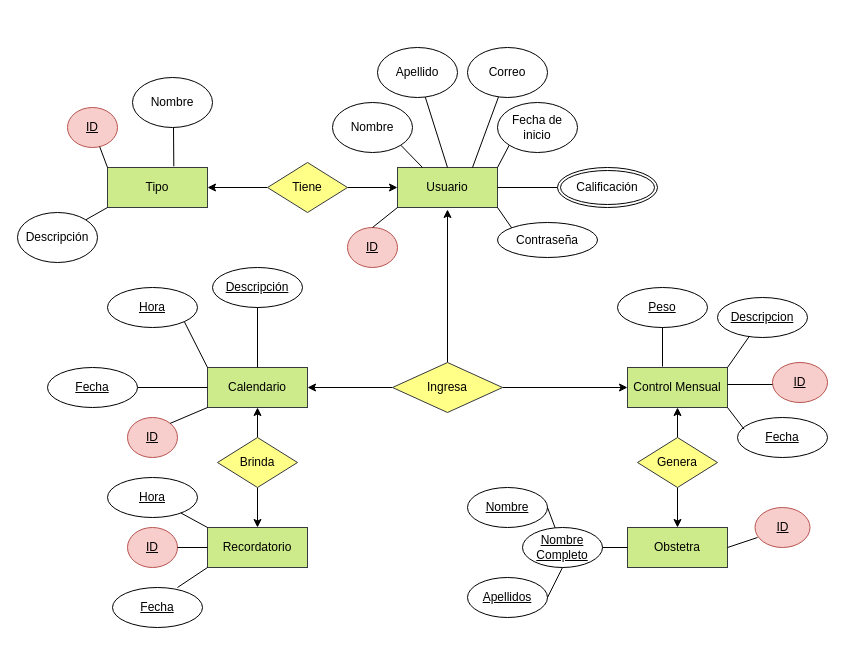
Earlier version of the draw.io diagram DigramaModi.drawio (Michael-Martinez15/equipo4_gaa_ppi2020). Source tidied: cells renumbered, new cells numbered last; positions are measured from the earlier drawing's top-left corner, leaving out a move shared by most shapes. Both pictures are drawn from the tidied source at 100%, with x=0, y=0 at pixel (17, 47).
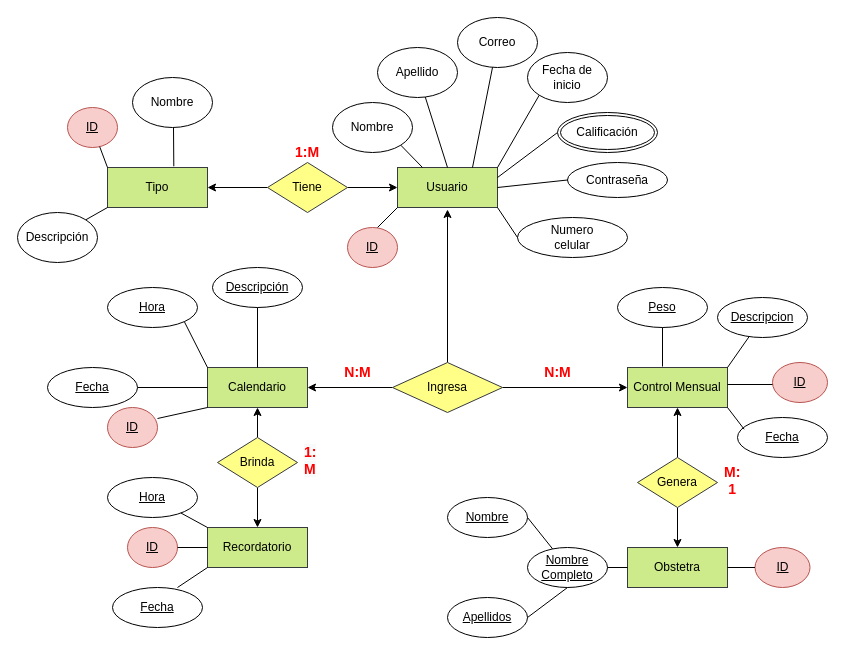
After the change.

The change refers to these unchanged cells:
```xml
<mxCell id="4" value="Usuario" style="whiteSpace=wrap;html=1;align=center;fillColor=#cdeb8b;strokeColor=#36393d;" parent="1" vertex="1">
  <mxGeometry x="380" y="120" width="100" height="40" as="geometry" />
</mxCell>
<mxCell id="5" value="Calendario" style="whiteSpace=wrap;html=1;align=center;fillColor=#cdeb8b;strokeColor=#36393d;" parent="1" vertex="1">
  <mxGeometry x="190" y="320" width="100" height="40" as="geometry" />
</mxCell>
<mxCell id="25" value="ID" style="ellipse;whiteSpace=wrap;html=1;align=center;fontStyle=4;fillColor=#f8cecc;strokeColor=#b85450;" parent="1" vertex="1">
  <mxGeometry x="330" y="180" width="50" height="40" as="geometry" />
</mxCell>
```

Diff of the diagram source:
```diff
@@
     <mxCell id="7" value="Obstetra" style="whiteSpace=wrap;html=1;align=center;fillColor=#cdeb8b;strokeColor=#36393d;" parent="1" vertex="1">
-      <mxGeometry x="610" y="480" width="100" height="40" as="geometry" />
+      <mxGeometry x="610" y="500" width="100" height="40" as="geometry" />
     </mxCell>
@@
     <mxCell id="13" value="Genera" style="shape=rhombus;perimeter=rhombusPerimeter;whiteSpace=wrap;html=1;align=center;fillColor=#ffff88;strokeColor=#36393d;" parent="1" vertex="1">
-      <mxGeometry x="620" y="390" width="80" height="50" as="geometry" />
+      <mxGeometry x="620" y="410" width="80" height="50" as="geometry" />
     </mxCell>
@@
     <mxCell id="22" value="ID" style="ellipse;whiteSpace=wrap;html=1;align=center;fontStyle=4;fillColor=#f8cecc;strokeColor=#b85450;" parent="1" vertex="1">
-      <mxGeometry x="110" y="370" width="50" height="40" as="geometry" />
+      <mxGeometry x="90" y="360" width="50" height="40" as="geometry" />
     </mxCell>
@@
     <mxCell id="24" value="ID" style="ellipse;whiteSpace=wrap;html=1;align=center;fontStyle=4;fillColor=#f8cecc;strokeColor=#b85450;" parent="1" vertex="1">
-      <mxGeometry x="737.5" y="460" width="55" height="40" as="geometry" />
+      <mxGeometry x="737.5" y="500" width="55" height="40" as="geometry" />
     </mxCell>
@@
     <mxCell id="26" value="Contraseña" style="ellipse;whiteSpace=wrap;html=1;align=center;" parent="1" vertex="1">
-      <mxGeometry x="480" y="175" width="100" height="35" as="geometry" />
+      <mxGeometry x="550" y="115" width="100" height="35" as="geometry" />
     </mxCell>
@@
     <mxCell id="30" value="Correo" style="ellipse;whiteSpace=wrap;html=1;align=center;" parent="1" vertex="1">
-      <mxGeometry x="450" width="80" height="50" as="geometry" />
+      <mxGeometry x="440" y="-30" width="80" height="50" as="geometry" />
     </mxCell>
     <mxCell id="31" value="Fecha de inicio" style="ellipse;whiteSpace=wrap;html=1;align=center;" parent="1" vertex="1">
-      <mxGeometry x="480" y="55" width="80" height="50" as="geometry" />
+      <mxGeometry x="510" y="5" width="80" height="50" as="geometry" />
     </mxCell>
@@
     <mxCell id="33" value="Nombre&lt;br&gt;Completo" style="ellipse;whiteSpace=wrap;html=1;align=center;fontStyle=4;" parent="1" vertex="1">
-      <mxGeometry x="505" y="480" width="80" height="40" as="geometry" />
+      <mxGeometry x="510" y="500" width="80" height="40" as="geometry" />
     </mxCell>
     <mxCell id="34" value="Apellidos" style="ellipse;whiteSpace=wrap;html=1;align=center;fontStyle=4;" parent="1" vertex="1">
-      <mxGeometry x="450" y="530" width="80" height="40" as="geometry" />
+      <mxGeometry x="430" y="550" width="80" height="40" as="geometry" />
     </mxCell>
     <mxCell id="35" value="Nombre" style="ellipse;whiteSpace=wrap;html=1;align=center;fontStyle=4;" parent="1" vertex="1">
-      <mxGeometry x="450" y="440" width="80" height="40" as="geometry" />
+      <mxGeometry x="430" y="450" width="80" height="40" as="geometry" />
     </mxCell>
@@
-    <mxCell id="51" style="endArrow=none;html=1;rounded=0;" parent="1" edge="1">
-      <mxGeometry relative="1" as="geometry">
-        <mxPoint x="740" y="490" as="sourcePoint" />
-        <mxPoint x="710" y="500" as="targetPoint" />
-      </mxGeometry>
+    <mxCell id="51" style="endArrow=none;html=1;rounded=0;exitX=0;exitY=0.5;exitDx=0;exitDy=0;entryX=1;entryY=0.5;entryDx=0;entryDy=0;" parent="1" edge="1" source="24" target="7">
+      <mxGeometry relative="1" as="geometry" />
     </mxCell>
@@
-    <mxCell id="58" style="endArrow=none;html=1;rounded=0;exitX=0;exitY=1;exitDx=0;exitDy=0;entryX=1;entryY=0;entryDx=0;entryDy=0;" parent="1" edge="1" source="5" target="22">
-      <mxGeometry relative="1" as="geometry" />
+    <mxCell id="58" style="endArrow=none;html=1;rounded=0;exitX=0;exitY=1;exitDx=0;exitDy=0;" parent="1" edge="1" source="5">
+      <mxGeometry relative="1" as="geometry">
+        <mxPoint x="140" y="371" as="targetPoint" />
+      </mxGeometry>
     </mxCell>
@@
-    <mxCell id="65" style="endArrow=none;html=1;rounded=0;exitX=0;exitY=0;exitDx=0;exitDy=0;" parent="1" edge="1" source="26">
-      <mxGeometry relative="1" as="geometry">
-        <mxPoint x="480" y="160" as="targetPoint" />
-      </mxGeometry>
+    <mxCell id="65" style="endArrow=none;html=1;rounded=0;exitX=0;exitY=0.5;exitDx=0;exitDy=0;entryX=1;entryY=0.5;entryDx=0;entryDy=0;" parent="1" edge="1" source="26" target="4">
+      <mxGeometry relative="1" as="geometry" />
     </mxCell>
-    <mxCell id="66" style="endArrow=none;html=1;rounded=0;entryX=0;entryY=1;entryDx=0;entryDy=0;exitX=0.5;exitY=0;exitDx=0;exitDy=0;" parent="1" edge="1" source="25" target="4">
-      <mxGeometry relative="1" as="geometry" />
+    <mxCell id="66" style="endArrow=none;html=1;rounded=0;entryX=0;entryY=1;entryDx=0;entryDy=0;" parent="1" edge="1" target="4">
+      <mxGeometry relative="1" as="geometry">
+        <mxPoint x="360" y="180" as="sourcePoint" />
+      </mxGeometry>
     </mxCell>
@@
-    <mxCell id="69" style="endArrow=none;html=1;rounded=0;" parent="1" edge="1">
-      <mxGeometry relative="1" as="geometry">
-        <mxPoint x="540" y="140" as="sourcePoint" />
-        <mxPoint x="480" y="140" as="targetPoint" />
-      </mxGeometry>
+    <mxCell id="69" style="endArrow=none;html=1;rounded=0;exitX=0;exitY=0.5;exitDx=0;exitDy=0;entryX=1;entryY=0.25;entryDx=0;entryDy=0;" parent="1" edge="1" source="70" target="4">
+      <mxGeometry relative="1" as="geometry" />
     </mxCell>
     <mxCell id="70" value="Calificación" style="ellipse;shape=doubleEllipse;margin=3;whiteSpace=wrap;html=1;align=center;" parent="1" vertex="1">
-      <mxGeometry x="540" y="120" width="100" height="40" as="geometry" />
+      <mxGeometry x="540" y="65" width="100" height="40" as="geometry" />
     </mxCell>
+    <mxCell id="71" value="Numero&lt;br&gt;celular" style="ellipse;whiteSpace=wrap;html=1;align=center;" parent="1" vertex="1">
+      <mxGeometry x="500" y="170" width="110" height="40" as="geometry" />
+    </mxCell>
+    <mxCell id="72" style="endArrow=none;html=1;rounded=0;exitX=0;exitY=0.5;exitDx=0;exitDy=0;entryX=1;entryY=1;entryDx=0;entryDy=0;" parent="1" edge="1" source="71" target="4">
+      <mxGeometry relative="1" as="geometry" />
+    </mxCell>
+    <mxCell id="73" value="&lt;font style=&quot;font-size: 14px&quot; color=&quot;#ff0000&quot;&gt;&lt;b&gt;1:M&lt;/b&gt;&lt;/font&gt;" style="text;html=1;strokeColor=none;fillColor=none;align=center;verticalAlign=middle;whiteSpace=wrap;rounded=0;" parent="1" vertex="1">
+      <mxGeometry x="270" y="95" width="40" height="20" as="geometry" />
+    </mxCell>
+    <mxCell id="74" value="&lt;font style=&quot;font-size: 14px&quot; color=&quot;#ff0000&quot;&gt;&lt;b&gt;N:M&lt;/b&gt;&lt;/font&gt;" style="text;html=1;align=center;verticalAlign=middle;" parent="1" vertex="1">
+      <mxGeometry x="320" y="315" width="40" height="20" as="geometry" />
+    </mxCell>
+    <mxCell id="75" value="&lt;span style=&quot;color: rgb(255 , 0 , 0) ; font-size: 14px&quot;&gt;&lt;b&gt;N:M&lt;/b&gt;&lt;/span&gt;" style="text;html=1;align=center;verticalAlign=middle;" parent="1" vertex="1">
+      <mxGeometry x="520" y="315" width="40" height="20" as="geometry" />
+    </mxCell>
+    <mxCell id="76" value="&lt;div style=&quot;text-align: center&quot;&gt;&lt;font color=&quot;#ff0000&quot; face=&quot;helvetica&quot;&gt;&lt;span style=&quot;font-size: 14px&quot;&gt;&lt;b&gt;M:&lt;/b&gt;&lt;/span&gt;&lt;/font&gt;&lt;/div&gt;&lt;div style=&quot;text-align: center&quot;&gt;&lt;font color=&quot;#ff0000&quot; face=&quot;helvetica&quot;&gt;&lt;span style=&quot;font-size: 14px&quot;&gt;&lt;b&gt;1&lt;/b&gt;&lt;/span&gt;&lt;/font&gt;&lt;/div&gt;" style="text;whiteSpace=wrap;html=1;" parent="1" vertex="1">
+      <mxGeometry x="705" y="410" width="50" height="30" as="geometry" />
+    </mxCell>
+    <mxCell id="77" value="&lt;span style=&quot;color: rgb(255 , 0 , 0) ; font-family: &amp;#34;helvetica&amp;#34; ; font-size: 14px ; font-style: normal ; letter-spacing: normal ; text-align: center ; text-indent: 0px ; text-transform: none ; word-spacing: 0px ; background-color: rgb(248 , 249 , 250) ; display: inline ; float: none&quot;&gt;&lt;b&gt;1:&lt;br&gt;M&lt;/b&gt;&lt;/span&gt;" style="text;whiteSpace=wrap;html=1;" parent="1" vertex="1">
+      <mxGeometry x="285" y="390" width="50" height="30" as="geometry" />
+    </mxCell>
```
